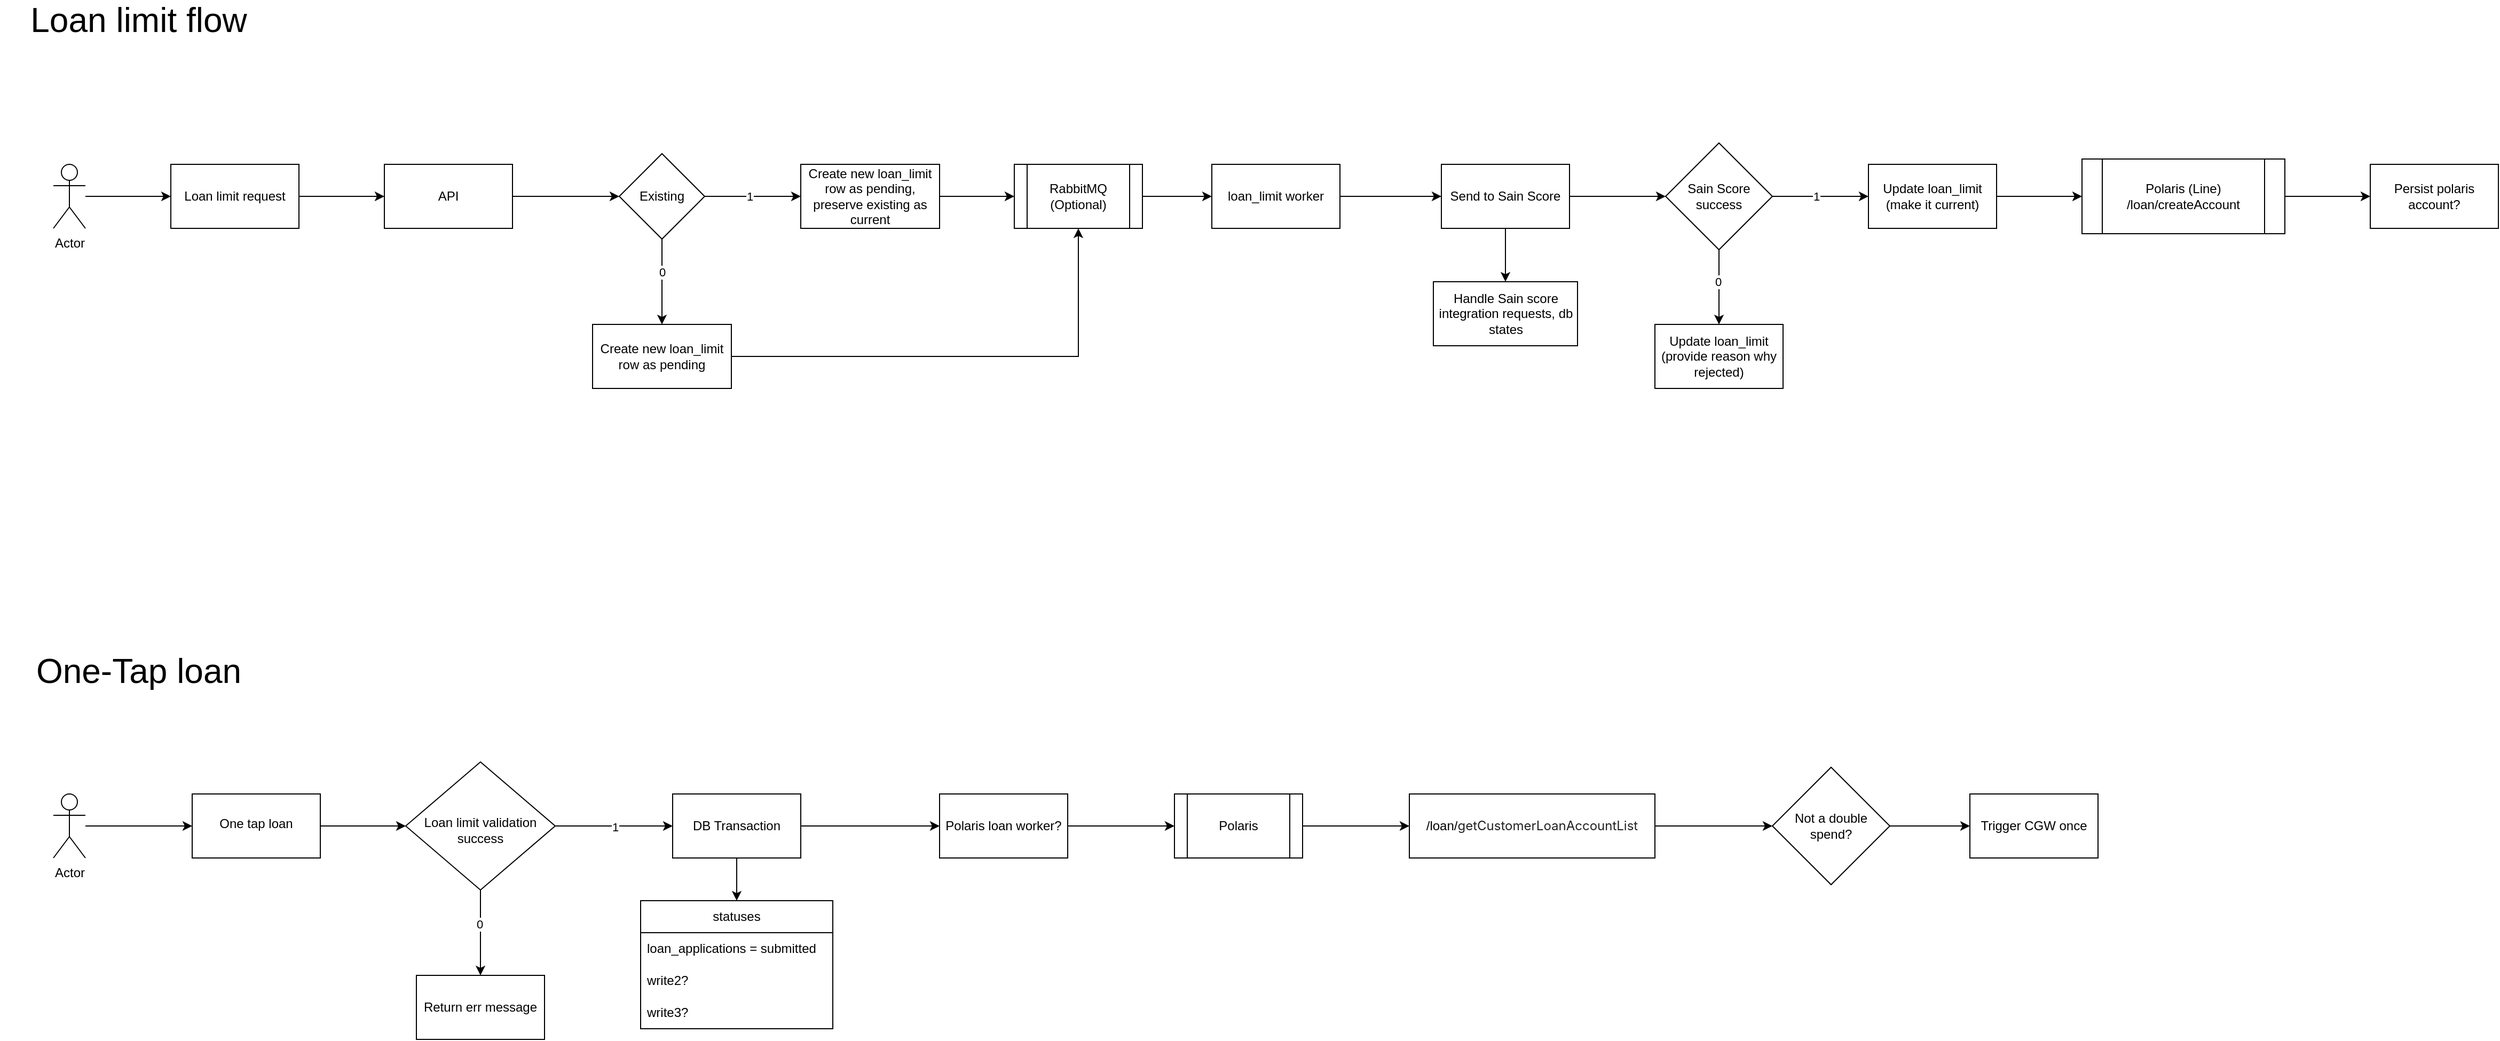
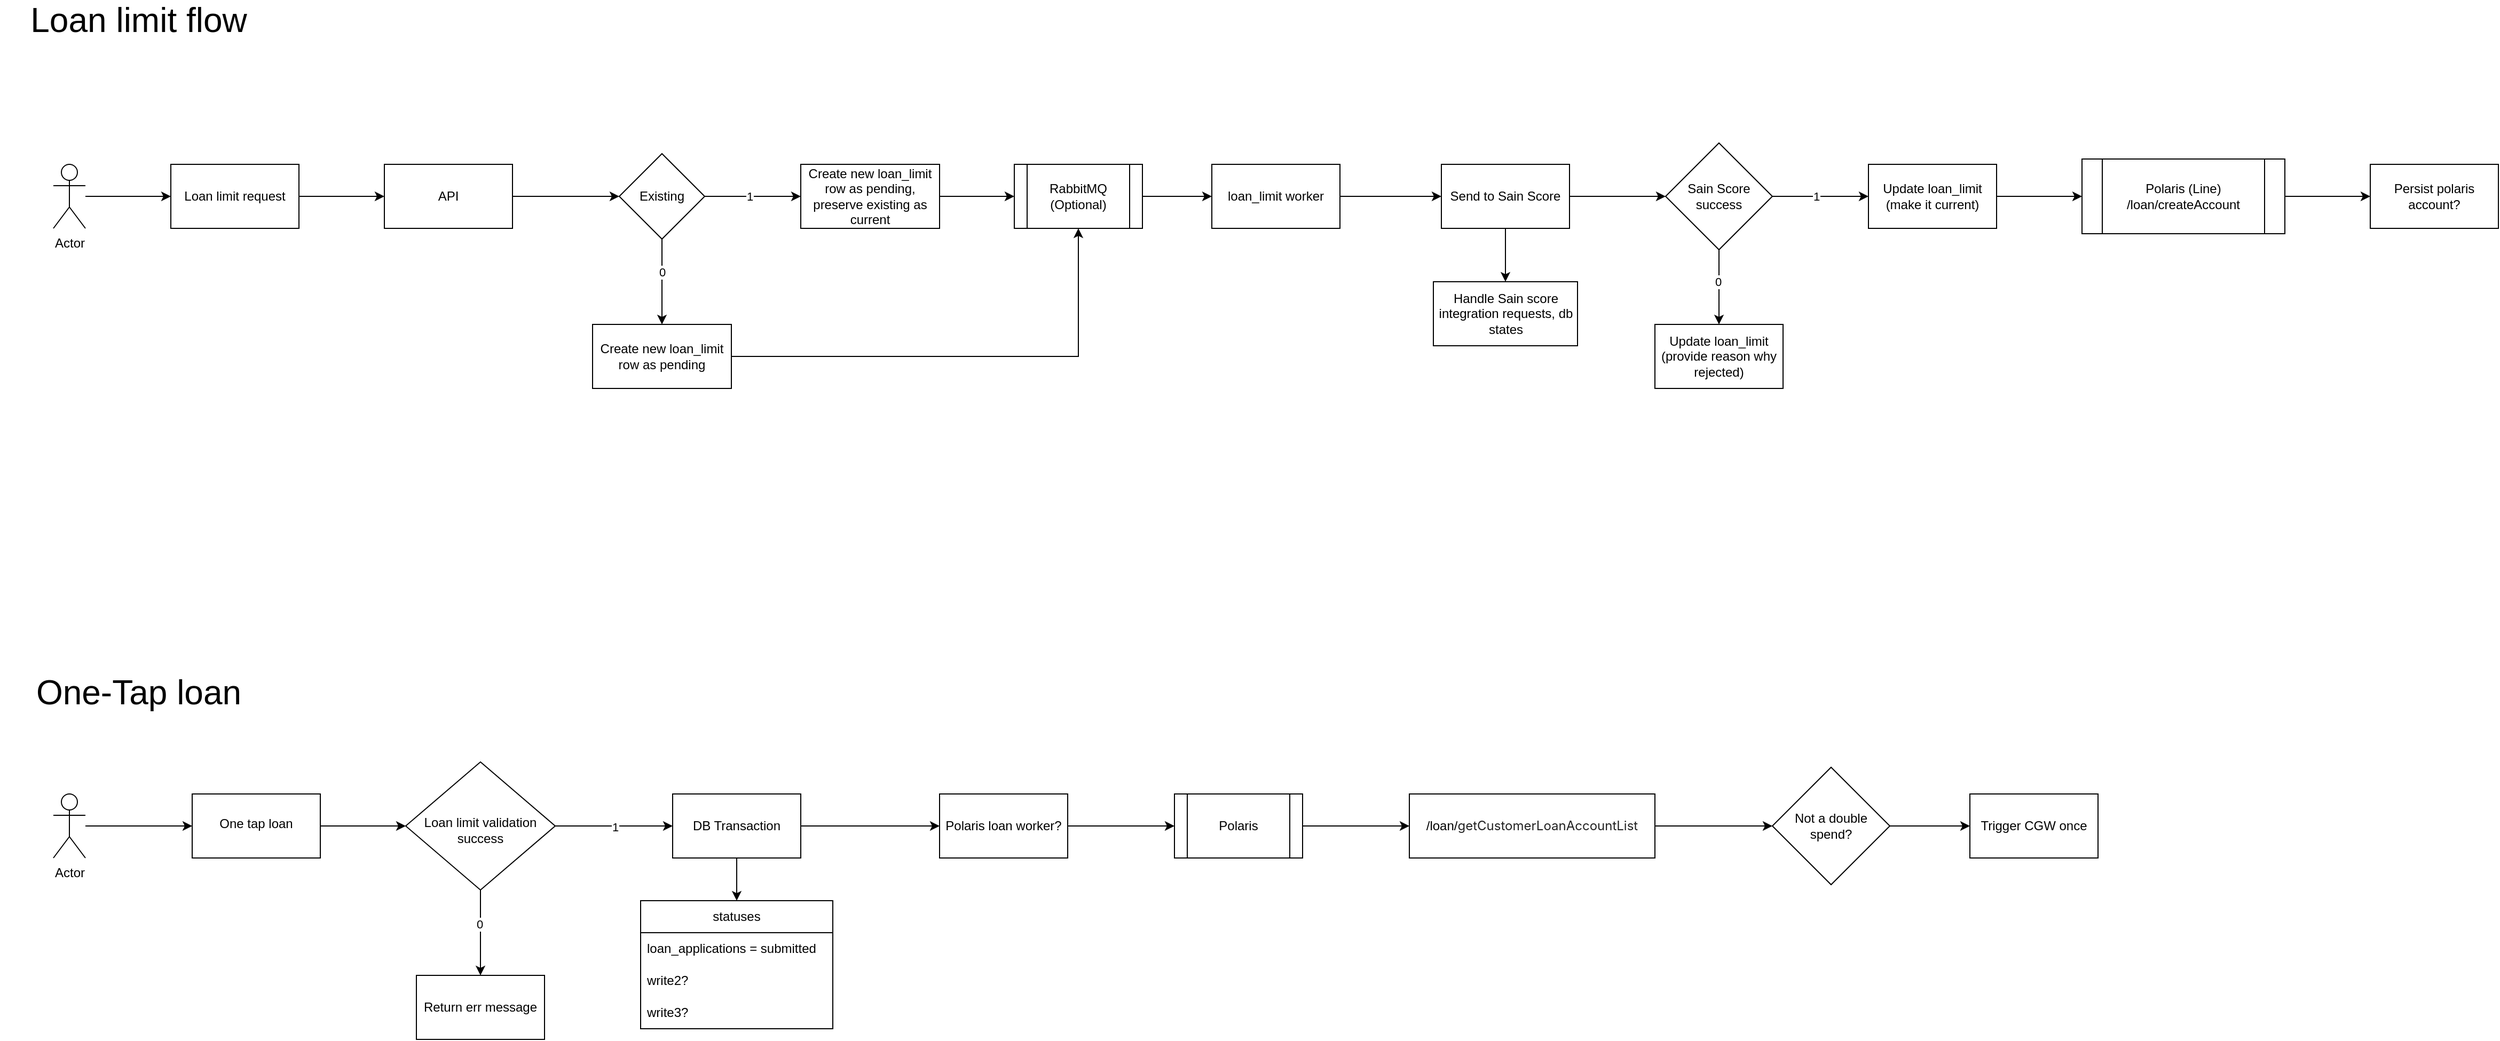
<mxfile host="app.diagrams.net">
  <diagram name="Page-1" id="VCBSuIh8bz7kurrQ0Zaz">
    <mxGraphModel dx="3285" dy="1424" grid="1" gridSize="10" guides="1" tooltips="1" connect="1" arrows="1" fold="1" page="1" pageScale="1" pageWidth="850" pageHeight="1100" math="0" shadow="0">
      <root>
        <mxCell id="0" />
        <mxCell id="1" parent="0" />
        <mxCell id="KqixbsF9o6dLofBvsG9t-5" edge="1" parent="1" source="KqixbsF9o6dLofBvsG9t-1" style="edgeStyle=orthogonalEdgeStyle;rounded=0;orthogonalLoop=1;jettySize=auto;html=1;" target="KqixbsF9o6dLofBvsG9t-4" value="">
          <mxGeometry relative="1" as="geometry" />
        </mxCell>
        <mxCell id="KqixbsF9o6dLofBvsG9t-1" parent="1" style="rounded=0;whiteSpace=wrap;html=1;" value="Loan limit request" vertex="1">
          <mxGeometry height="60" width="120" x="150" y="210" as="geometry" />
        </mxCell>
        <mxCell id="KqixbsF9o6dLofBvsG9t-3" edge="1" parent="1" source="KqixbsF9o6dLofBvsG9t-2" style="edgeStyle=orthogonalEdgeStyle;rounded=0;orthogonalLoop=1;jettySize=auto;html=1;" target="KqixbsF9o6dLofBvsG9t-1" value="">
          <mxGeometry relative="1" as="geometry" />
        </mxCell>
        <mxCell id="KqixbsF9o6dLofBvsG9t-2" parent="1" style="shape=umlActor;verticalLabelPosition=bottom;verticalAlign=top;html=1;outlineConnect=0;" value="Actor" vertex="1">
          <mxGeometry height="60" width="30" x="40" y="210" as="geometry" />
        </mxCell>
        <mxCell id="KqixbsF9o6dLofBvsG9t-9" edge="1" parent="1" source="KqixbsF9o6dLofBvsG9t-4" style="edgeStyle=orthogonalEdgeStyle;rounded=0;orthogonalLoop=1;jettySize=auto;html=1;" target="KqixbsF9o6dLofBvsG9t-8" value="">
          <mxGeometry relative="1" as="geometry" />
        </mxCell>
        <mxCell id="KqixbsF9o6dLofBvsG9t-4" parent="1" style="rounded=0;whiteSpace=wrap;html=1;" value="API" vertex="1">
          <mxGeometry height="60" width="120" x="350" y="210" as="geometry" />
        </mxCell>
        <mxCell id="KqixbsF9o6dLofBvsG9t-11" edge="1" parent="1" source="KqixbsF9o6dLofBvsG9t-8" style="edgeStyle=orthogonalEdgeStyle;rounded=0;orthogonalLoop=1;jettySize=auto;html=1;" target="KqixbsF9o6dLofBvsG9t-10" value="">
          <mxGeometry relative="1" as="geometry" />
        </mxCell>
        <mxCell id="KqixbsF9o6dLofBvsG9t-12" connectable="0" parent="KqixbsF9o6dLofBvsG9t-11" style="edgeLabel;html=1;align=center;verticalAlign=middle;resizable=0;points=[];" value="1" vertex="1">
          <mxGeometry relative="1" x="-0.079" as="geometry">
            <mxPoint as="offset" />
          </mxGeometry>
        </mxCell>
        <mxCell id="KqixbsF9o6dLofBvsG9t-14" edge="1" parent="1" source="KqixbsF9o6dLofBvsG9t-8" style="edgeStyle=orthogonalEdgeStyle;rounded=0;orthogonalLoop=1;jettySize=auto;html=1;" target="KqixbsF9o6dLofBvsG9t-13" value="">
          <mxGeometry relative="1" as="geometry" />
        </mxCell>
        <mxCell id="KqixbsF9o6dLofBvsG9t-15" connectable="0" parent="KqixbsF9o6dLofBvsG9t-14" style="edgeLabel;html=1;align=center;verticalAlign=middle;resizable=0;points=[];" value="0" vertex="1">
          <mxGeometry relative="1" x="-0.2407" as="geometry">
            <mxPoint as="offset" />
          </mxGeometry>
        </mxCell>
        <mxCell id="KqixbsF9o6dLofBvsG9t-8" parent="1" style="rhombus;whiteSpace=wrap;html=1;rounded=0;" value="Existing" vertex="1">
          <mxGeometry height="80" width="80" x="570" y="200" as="geometry" />
        </mxCell>
        <mxCell id="KqixbsF9o6dLofBvsG9t-23" edge="1" parent="1" source="KqixbsF9o6dLofBvsG9t-10" style="edgeStyle=orthogonalEdgeStyle;rounded=0;orthogonalLoop=1;jettySize=auto;html=1;" target="KqixbsF9o6dLofBvsG9t-22" value="">
          <mxGeometry relative="1" as="geometry" />
        </mxCell>
        <mxCell id="KqixbsF9o6dLofBvsG9t-10" parent="1" style="whiteSpace=wrap;html=1;rounded=0;" value="Create new loan_limit row as pending, preserve existing as current" vertex="1">
          <mxGeometry height="60" width="130" x="740" y="210" as="geometry" />
        </mxCell>
        <mxCell id="KqixbsF9o6dLofBvsG9t-26" edge="1" parent="1" source="KqixbsF9o6dLofBvsG9t-13" style="edgeStyle=orthogonalEdgeStyle;rounded=0;orthogonalLoop=1;jettySize=auto;html=1;entryX=0.5;entryY=1;entryDx=0;entryDy=0;" target="KqixbsF9o6dLofBvsG9t-22">
          <mxGeometry relative="1" as="geometry" />
        </mxCell>
        <mxCell id="KqixbsF9o6dLofBvsG9t-13" parent="1" style="whiteSpace=wrap;html=1;rounded=0;" value="Create new loan_limit row as pending" vertex="1">
          <mxGeometry height="60" width="130" x="545" y="360" as="geometry" />
        </mxCell>
        <mxCell id="KqixbsF9o6dLofBvsG9t-25" edge="1" parent="1" source="KqixbsF9o6dLofBvsG9t-22" style="edgeStyle=orthogonalEdgeStyle;rounded=0;orthogonalLoop=1;jettySize=auto;html=1;" target="KqixbsF9o6dLofBvsG9t-24" value="">
          <mxGeometry relative="1" as="geometry" />
        </mxCell>
        <mxCell id="KqixbsF9o6dLofBvsG9t-22" parent="1" style="shape=process;whiteSpace=wrap;html=1;backgroundOutline=1;rounded=0;" value="RabbitMQ (Optional)" vertex="1">
          <mxGeometry height="60" width="120" x="940" y="210" as="geometry" />
        </mxCell>
        <mxCell id="KqixbsF9o6dLofBvsG9t-28" edge="1" parent="1" source="KqixbsF9o6dLofBvsG9t-24" style="edgeStyle=orthogonalEdgeStyle;rounded=0;orthogonalLoop=1;jettySize=auto;html=1;" target="KqixbsF9o6dLofBvsG9t-27" value="">
          <mxGeometry relative="1" as="geometry" />
        </mxCell>
        <mxCell id="KqixbsF9o6dLofBvsG9t-24" parent="1" style="whiteSpace=wrap;html=1;rounded=0;" value="loan_limit worker" vertex="1">
          <mxGeometry height="60" width="120" x="1125" y="210" as="geometry" />
        </mxCell>
        <mxCell id="KqixbsF9o6dLofBvsG9t-30" edge="1" parent="1" source="KqixbsF9o6dLofBvsG9t-27" style="edgeStyle=orthogonalEdgeStyle;rounded=0;orthogonalLoop=1;jettySize=auto;html=1;" target="KqixbsF9o6dLofBvsG9t-29" value="">
          <mxGeometry relative="1" as="geometry" />
        </mxCell>
        <mxCell id="KqixbsF9o6dLofBvsG9t-38" edge="1" parent="1" source="KqixbsF9o6dLofBvsG9t-27" style="edgeStyle=orthogonalEdgeStyle;rounded=0;orthogonalLoop=1;jettySize=auto;html=1;" target="KqixbsF9o6dLofBvsG9t-37" value="">
          <mxGeometry relative="1" as="geometry" />
        </mxCell>
        <mxCell id="KqixbsF9o6dLofBvsG9t-27" parent="1" style="whiteSpace=wrap;html=1;rounded=0;" value="Send to Sain Score" vertex="1">
          <mxGeometry height="60" width="120" x="1340" y="210" as="geometry" />
        </mxCell>
        <mxCell id="KqixbsF9o6dLofBvsG9t-32" edge="1" parent="1" source="KqixbsF9o6dLofBvsG9t-29" style="edgeStyle=orthogonalEdgeStyle;rounded=0;orthogonalLoop=1;jettySize=auto;html=1;" target="KqixbsF9o6dLofBvsG9t-31" value="">
          <mxGeometry relative="1" as="geometry" />
        </mxCell>
        <mxCell id="KqixbsF9o6dLofBvsG9t-33" connectable="0" parent="KqixbsF9o6dLofBvsG9t-32" style="edgeLabel;html=1;align=center;verticalAlign=middle;resizable=0;points=[];" value="1" vertex="1">
          <mxGeometry relative="1" x="-0.1048" as="geometry">
            <mxPoint as="offset" />
          </mxGeometry>
        </mxCell>
        <mxCell id="KqixbsF9o6dLofBvsG9t-35" edge="1" parent="1" source="KqixbsF9o6dLofBvsG9t-29" style="edgeStyle=orthogonalEdgeStyle;rounded=0;orthogonalLoop=1;jettySize=auto;html=1;" target="KqixbsF9o6dLofBvsG9t-34" value="">
          <mxGeometry relative="1" as="geometry" />
        </mxCell>
        <mxCell id="KqixbsF9o6dLofBvsG9t-36" connectable="0" parent="KqixbsF9o6dLofBvsG9t-35" style="edgeLabel;html=1;align=center;verticalAlign=middle;resizable=0;points=[];" value="0" vertex="1">
          <mxGeometry relative="1" x="-0.1429" y="-1" as="geometry">
            <mxPoint as="offset" />
          </mxGeometry>
        </mxCell>
        <mxCell id="KqixbsF9o6dLofBvsG9t-29" parent="1" style="rhombus;whiteSpace=wrap;html=1;rounded=0;" value="Sain Score success" vertex="1">
          <mxGeometry height="100" width="100" x="1550" y="190" as="geometry" />
        </mxCell>
        <mxCell id="KqixbsF9o6dLofBvsG9t-66" edge="1" parent="1" source="KqixbsF9o6dLofBvsG9t-31" style="edgeStyle=orthogonalEdgeStyle;rounded=0;orthogonalLoop=1;jettySize=auto;html=1;" target="KqixbsF9o6dLofBvsG9t-65" value="">
          <mxGeometry relative="1" as="geometry" />
        </mxCell>
        <mxCell id="KqixbsF9o6dLofBvsG9t-31" parent="1" style="whiteSpace=wrap;html=1;rounded=0;" value="Update loan_limit (make it current)" vertex="1">
          <mxGeometry height="60" width="120" x="1740" y="210" as="geometry" />
        </mxCell>
        <mxCell id="KqixbsF9o6dLofBvsG9t-34" parent="1" style="whiteSpace=wrap;html=1;rounded=0;" value="Update loan_limit&lt;br&gt;(provide reason why rejected)" vertex="1">
          <mxGeometry height="60" width="120" x="1540" y="360" as="geometry" />
        </mxCell>
        <mxCell id="KqixbsF9o6dLofBvsG9t-37" parent="1" style="whiteSpace=wrap;html=1;rounded=0;" value="Handle Sain score integration requests, db states" vertex="1">
          <mxGeometry height="60" width="135" x="1332.5" y="320" as="geometry" />
        </mxCell>
        <mxCell id="KqixbsF9o6dLofBvsG9t-43" edge="1" parent="1" source="KqixbsF9o6dLofBvsG9t-39" style="edgeStyle=orthogonalEdgeStyle;rounded=0;orthogonalLoop=1;jettySize=auto;html=1;" target="KqixbsF9o6dLofBvsG9t-42" value="">
          <mxGeometry relative="1" as="geometry" />
        </mxCell>
        <mxCell id="KqixbsF9o6dLofBvsG9t-39" parent="1" style="shape=umlActor;verticalLabelPosition=bottom;verticalAlign=top;html=1;outlineConnect=0;" value="Actor" vertex="1">
          <mxGeometry height="60" width="30" x="40" y="800" as="geometry" />
        </mxCell>
        <mxCell id="KqixbsF9o6dLofBvsG9t-40" parent="1" style="text;html=1;whiteSpace=wrap;strokeColor=none;fillColor=none;align=center;verticalAlign=middle;rounded=0;fontSize=32;" value="Loan limit flow" vertex="1">
          <mxGeometry height="30" width="260" x="-10" y="60" as="geometry" />
        </mxCell>
        <mxCell id="KqixbsF9o6dLofBvsG9t-45" edge="1" parent="1" source="KqixbsF9o6dLofBvsG9t-42" style="edgeStyle=orthogonalEdgeStyle;rounded=0;orthogonalLoop=1;jettySize=auto;html=1;" target="KqixbsF9o6dLofBvsG9t-44" value="">
          <mxGeometry relative="1" as="geometry" />
        </mxCell>
        <mxCell id="KqixbsF9o6dLofBvsG9t-42" parent="1" style="whiteSpace=wrap;html=1;verticalAlign=top;" value="&lt;div&gt;&lt;br&gt;&lt;/div&gt;&lt;div&gt;One tap loan&lt;/div&gt;" vertex="1">
          <mxGeometry height="60" width="120" x="170" y="800" as="geometry" />
        </mxCell>
        <mxCell id="KqixbsF9o6dLofBvsG9t-47" edge="1" parent="1" source="KqixbsF9o6dLofBvsG9t-44" style="edgeStyle=orthogonalEdgeStyle;rounded=0;orthogonalLoop=1;jettySize=auto;html=1;" target="KqixbsF9o6dLofBvsG9t-46" value="">
          <mxGeometry relative="1" as="geometry" />
        </mxCell>
        <mxCell id="KqixbsF9o6dLofBvsG9t-50" connectable="0" parent="KqixbsF9o6dLofBvsG9t-47" style="edgeLabel;html=1;align=center;verticalAlign=middle;resizable=0;points=[];" value="1" vertex="1">
          <mxGeometry relative="1" x="0.0162" y="-1" as="geometry">
            <mxPoint as="offset" />
          </mxGeometry>
        </mxCell>
        <mxCell id="KqixbsF9o6dLofBvsG9t-49" edge="1" parent="1" source="KqixbsF9o6dLofBvsG9t-44" style="edgeStyle=orthogonalEdgeStyle;rounded=0;orthogonalLoop=1;jettySize=auto;html=1;" target="KqixbsF9o6dLofBvsG9t-48" value="">
          <mxGeometry relative="1" as="geometry" />
        </mxCell>
        <mxCell id="KqixbsF9o6dLofBvsG9t-51" connectable="0" parent="KqixbsF9o6dLofBvsG9t-49" style="edgeLabel;html=1;align=center;verticalAlign=middle;resizable=0;points=[];" value="0" vertex="1">
          <mxGeometry relative="1" x="-0.2091" y="-1" as="geometry">
            <mxPoint as="offset" />
          </mxGeometry>
        </mxCell>
        <mxCell id="KqixbsF9o6dLofBvsG9t-44" parent="1" style="rhombus;whiteSpace=wrap;html=1;verticalAlign=top;" value="&lt;br&gt;&lt;br&gt;&lt;div&gt;&lt;br&gt;&lt;/div&gt;&lt;div&gt;Loan limit validation&lt;br&gt;success&lt;/div&gt;" vertex="1">
          <mxGeometry height="120" width="140" x="370" y="770" as="geometry" />
        </mxCell>
        <mxCell id="KqixbsF9o6dLofBvsG9t-60" edge="1" parent="1" source="KqixbsF9o6dLofBvsG9t-46" style="edgeStyle=orthogonalEdgeStyle;rounded=0;orthogonalLoop=1;jettySize=auto;html=1;entryX=0.5;entryY=0;entryDx=0;entryDy=0;" target="KqixbsF9o6dLofBvsG9t-54">
          <mxGeometry relative="1" as="geometry" />
        </mxCell>
        <mxCell id="KqixbsF9o6dLofBvsG9t-76" edge="1" parent="1" source="KqixbsF9o6dLofBvsG9t-46" style="edgeStyle=orthogonalEdgeStyle;rounded=0;orthogonalLoop=1;jettySize=auto;html=1;" target="KqixbsF9o6dLofBvsG9t-75" value="">
          <mxGeometry relative="1" as="geometry" />
        </mxCell>
        <mxCell id="KqixbsF9o6dLofBvsG9t-46" parent="1" style="whiteSpace=wrap;html=1;verticalAlign=middle;" value="DB Transaction" vertex="1">
          <mxGeometry height="60" width="120" x="620" y="800" as="geometry" />
        </mxCell>
        <mxCell id="KqixbsF9o6dLofBvsG9t-48" parent="1" style="whiteSpace=wrap;html=1;verticalAlign=middle;" value="Return err message" vertex="1">
          <mxGeometry height="60" width="120" x="380" y="970" as="geometry" />
        </mxCell>
        <mxCell id="KqixbsF9o6dLofBvsG9t-54" parent="1" style="swimlane;fontStyle=0;childLayout=stackLayout;horizontal=1;startSize=30;horizontalStack=0;resizeParent=1;resizeParentMax=0;resizeLast=0;collapsible=1;marginBottom=0;whiteSpace=wrap;html=1;" value="statuses" vertex="1">
          <mxGeometry height="120" width="180" x="590" y="900" as="geometry" />
        </mxCell>
        <mxCell id="KqixbsF9o6dLofBvsG9t-55" parent="KqixbsF9o6dLofBvsG9t-54" style="text;strokeColor=none;fillColor=none;align=left;verticalAlign=middle;spacingLeft=4;spacingRight=4;overflow=hidden;points=[[0,0.5],[1,0.5]];portConstraint=eastwest;rotatable=0;whiteSpace=wrap;html=1;" value="loan_applications = submitted" vertex="1">
          <mxGeometry height="30" width="180" y="30" as="geometry" />
        </mxCell>
        <mxCell id="KqixbsF9o6dLofBvsG9t-56" parent="KqixbsF9o6dLofBvsG9t-54" style="text;strokeColor=none;fillColor=none;align=left;verticalAlign=middle;spacingLeft=4;spacingRight=4;overflow=hidden;points=[[0,0.5],[1,0.5]];portConstraint=eastwest;rotatable=0;whiteSpace=wrap;html=1;" value="write2?" vertex="1">
          <mxGeometry height="30" width="180" y="60" as="geometry" />
        </mxCell>
        <mxCell id="KqixbsF9o6dLofBvsG9t-57" parent="KqixbsF9o6dLofBvsG9t-54" style="text;strokeColor=none;fillColor=none;align=left;verticalAlign=middle;spacingLeft=4;spacingRight=4;overflow=hidden;points=[[0,0.5],[1,0.5]];portConstraint=eastwest;rotatable=0;whiteSpace=wrap;html=1;" value="write3?" vertex="1">
          <mxGeometry height="30" width="180" y="90" as="geometry" />
        </mxCell>
        <mxCell id="KqixbsF9o6dLofBvsG9t-74" edge="1" parent="1" source="KqixbsF9o6dLofBvsG9t-65" style="edgeStyle=orthogonalEdgeStyle;rounded=0;orthogonalLoop=1;jettySize=auto;html=1;" target="KqixbsF9o6dLofBvsG9t-73" value="">
          <mxGeometry relative="1" as="geometry" />
        </mxCell>
        <mxCell id="KqixbsF9o6dLofBvsG9t-65" parent="1" style="shape=process;whiteSpace=wrap;html=1;backgroundOutline=1;rounded=0;" value="Polaris (Line)&lt;br&gt;/loan/createAccount" vertex="1">
          <mxGeometry height="70" width="190" x="1940" y="205" as="geometry" />
        </mxCell>
        <mxCell id="KqixbsF9o6dLofBvsG9t-72" edge="1" parent="1" source="KqixbsF9o6dLofBvsG9t-69" style="edgeStyle=orthogonalEdgeStyle;rounded=0;orthogonalLoop=1;jettySize=auto;html=1;" target="KqixbsF9o6dLofBvsG9t-71" value="">
          <mxGeometry relative="1" as="geometry" />
        </mxCell>
        <mxCell id="KqixbsF9o6dLofBvsG9t-69" parent="1" style="shape=process;whiteSpace=wrap;html=1;backgroundOutline=1;" value="Polaris" vertex="1">
          <mxGeometry height="60" width="120" x="1090" y="800" as="geometry" />
        </mxCell>
        <mxCell id="KqixbsF9o6dLofBvsG9t-81" edge="1" parent="1" source="KqixbsF9o6dLofBvsG9t-71" style="edgeStyle=orthogonalEdgeStyle;rounded=0;orthogonalLoop=1;jettySize=auto;html=1;" target="KqixbsF9o6dLofBvsG9t-80" value="">
          <mxGeometry relative="1" as="geometry" />
        </mxCell>
        <mxCell id="KqixbsF9o6dLofBvsG9t-71" parent="1" style="whiteSpace=wrap;html=1;" value="/loan/&lt;span style=&quot;color: rgb(33, 33, 33); font-family: Inter, system-ui, -apple-system, &amp;quot;system-ui&amp;quot;, &amp;quot;Segoe UI&amp;quot;, Roboto, Oxygen, Ubuntu, Cantarell, &amp;quot;Fira Sans&amp;quot;, &amp;quot;Droid Sans&amp;quot;, Helvetica, Arial, sans-serif; text-align: left; white-space: pre-wrap; background-color: rgb(255, 255, 255);&quot;&gt;getCustomerLoanAccountList&lt;/span&gt;" vertex="1">
          <mxGeometry height="60" width="230" x="1310" y="800" as="geometry" />
        </mxCell>
        <mxCell id="KqixbsF9o6dLofBvsG9t-73" parent="1" style="whiteSpace=wrap;html=1;rounded=0;" value="Persist polaris account?" vertex="1">
          <mxGeometry height="60" width="120" x="2210" y="210" as="geometry" />
        </mxCell>
        <mxCell id="KqixbsF9o6dLofBvsG9t-77" edge="1" parent="1" source="KqixbsF9o6dLofBvsG9t-75" style="edgeStyle=orthogonalEdgeStyle;rounded=0;orthogonalLoop=1;jettySize=auto;html=1;entryX=0;entryY=0.5;entryDx=0;entryDy=0;" target="KqixbsF9o6dLofBvsG9t-69">
          <mxGeometry relative="1" as="geometry" />
        </mxCell>
        <mxCell id="KqixbsF9o6dLofBvsG9t-75" parent="1" style="whiteSpace=wrap;html=1;" value="Polaris loan worker?" vertex="1">
          <mxGeometry height="60" width="120" x="870" y="800" as="geometry" />
        </mxCell>
        <mxCell id="KqixbsF9o6dLofBvsG9t-83" edge="1" parent="1" source="KqixbsF9o6dLofBvsG9t-80" style="edgeStyle=orthogonalEdgeStyle;rounded=0;orthogonalLoop=1;jettySize=auto;html=1;" target="KqixbsF9o6dLofBvsG9t-82" value="">
          <mxGeometry relative="1" as="geometry" />
        </mxCell>
        <mxCell id="KqixbsF9o6dLofBvsG9t-80" parent="1" style="rhombus;whiteSpace=wrap;html=1;" value="Not a double spend?" vertex="1">
          <mxGeometry height="110" width="110" x="1650" y="775" as="geometry" />
        </mxCell>
        <mxCell id="KqixbsF9o6dLofBvsG9t-82" parent="1" style="whiteSpace=wrap;html=1;" value="Trigger CGW once" vertex="1">
          <mxGeometry height="60" width="120" x="1835" y="800" as="geometry" />
        </mxCell>
        <mxCell id="U8Ajh8Gpa-m2DNKNFQys-1" parent="1" style="text;html=1;whiteSpace=wrap;strokeColor=none;fillColor=none;align=center;verticalAlign=middle;rounded=0;fontSize=32;" value="One-Tap loan" vertex="1">
-           <mxGeometry height="30" width="260" x="-10" y="670" as="geometry" />
+           <mxGeometry height="30" width="260" x="-10" y="690" as="geometry" />
        </mxCell>
      </root>
    </mxGraphModel>
  </diagram>
</mxfile>
